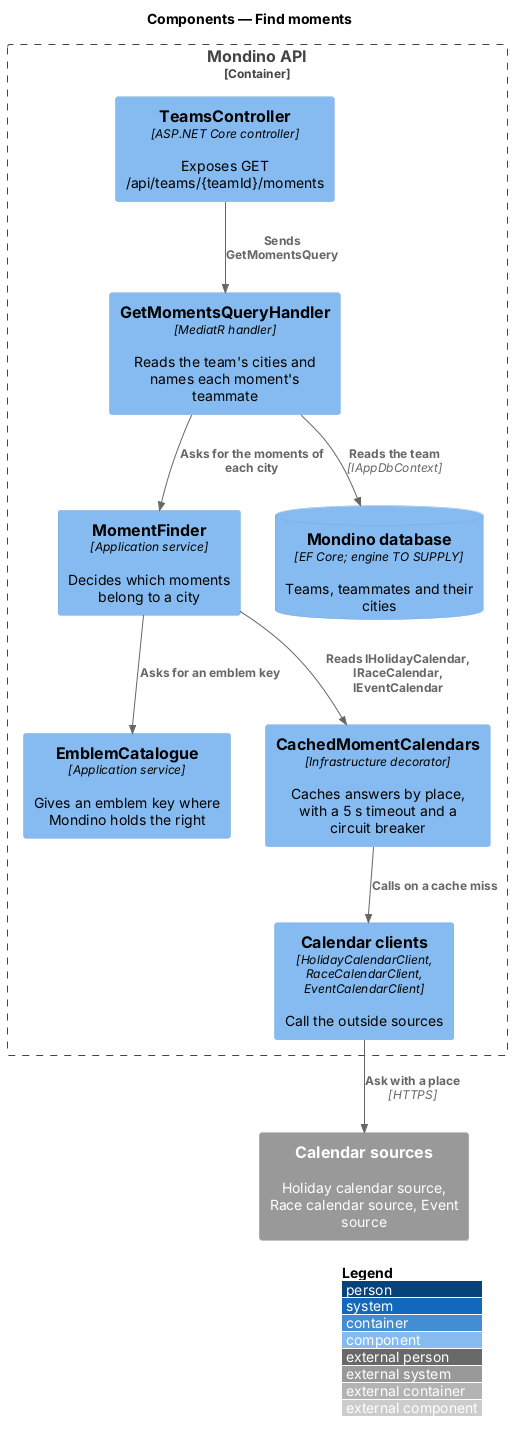
Before: docs/detailed-designs/moments/find-moments/diagrams/c4-component.png, a diagram exported from PlantUML (QuinntyneBrown/Mondino).
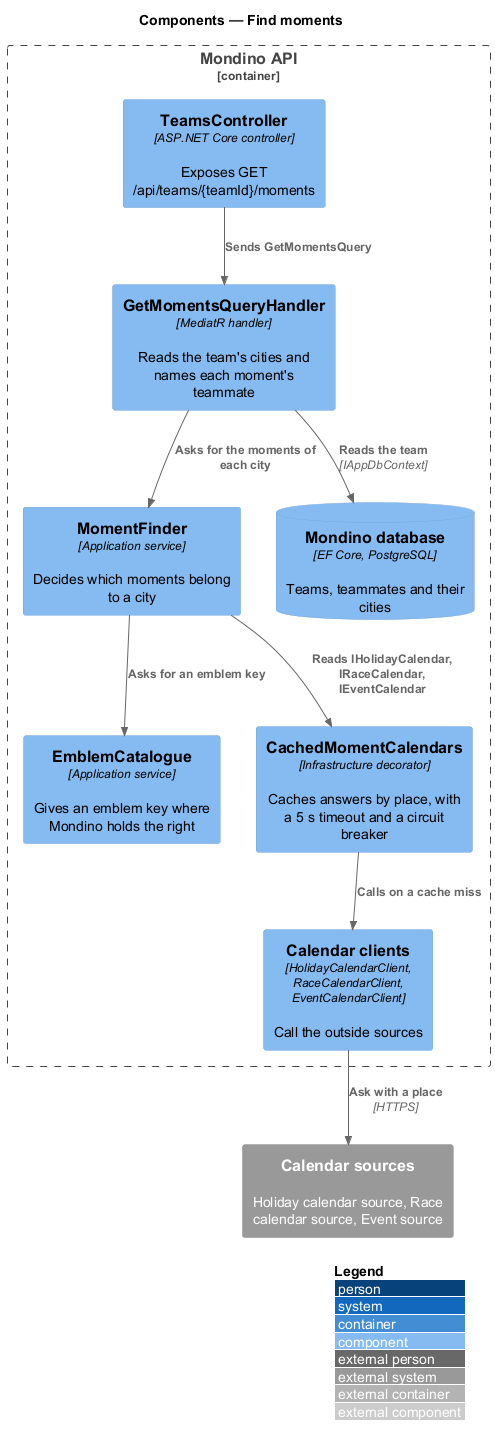
After the commit.

Change to the diagram source:
```diff
@@ -10,7 +10,7 @@
   Component(emblems, "EmblemCatalogue", "Application service", "Gives an emblem key where Mondino holds the right")
   Component(cache, "CachedMomentCalendars", "Infrastructure decorator", "Caches answers by place, with a 5 s timeout and a circuit breaker")
   Component(clients, "Calendar clients", "HolidayCalendarClient, RaceCalendarClient, EventCalendarClient", "Call the outside sources")
-  ComponentDb(db, "Mondino database", "EF Core; engine TO SUPPLY", "Teams, teammates and their cities")
+  ComponentDb(db, "Mondino database", "EF Core, PostgreSQL", "Teams, teammates and their cities")
 }
 System_Ext(sources, "Calendar sources", "Holiday calendar source, Race calendar source, Event source")
 
```
